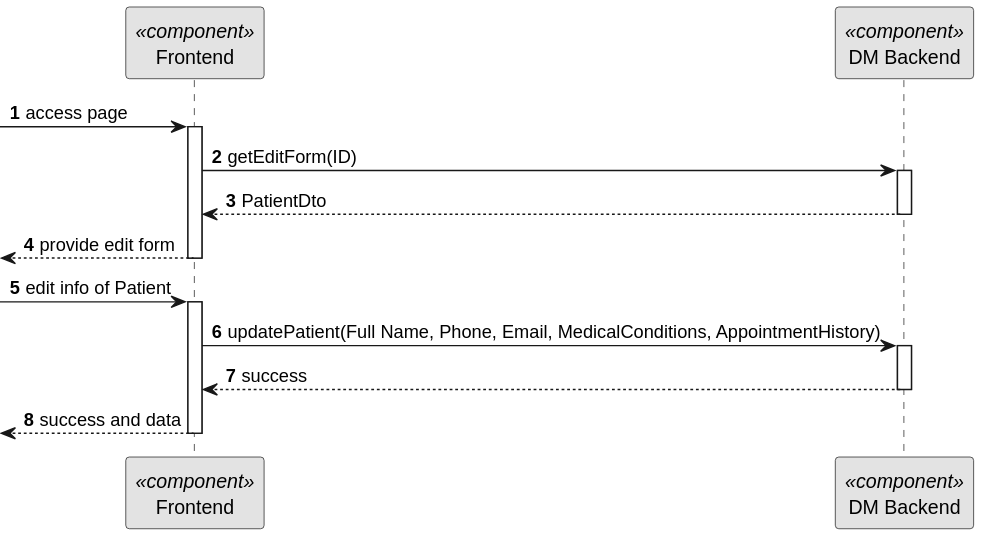
Before: docs/BackofficeModule/5.1.9/sequence-diagram-2.svg, a diagram exported from PlantUML (Ana-Miguel-Silva/SurgicalAppointmentAndResourceManagement).
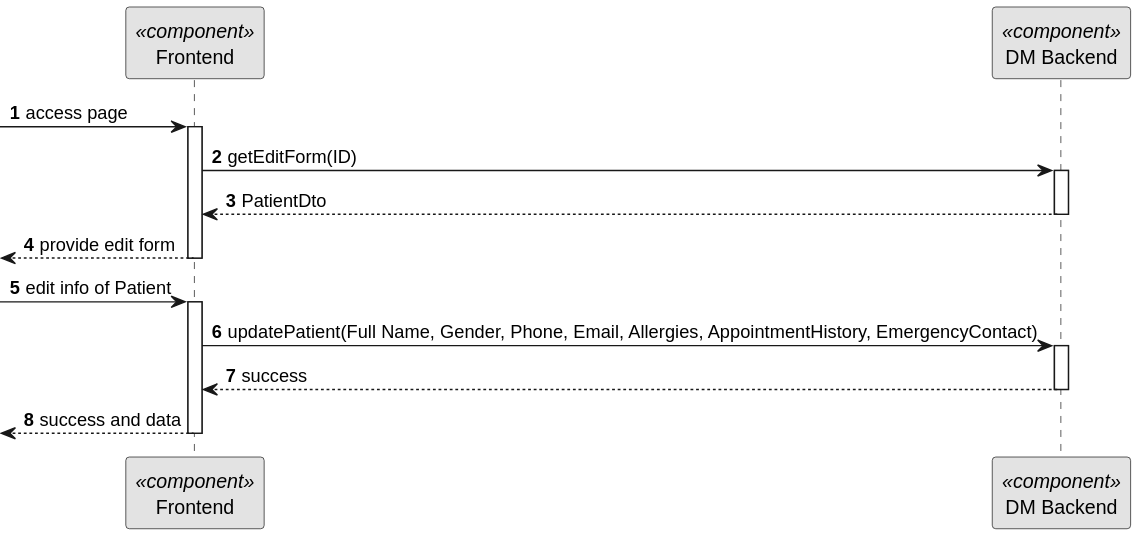
Later version of the same file.

Diff of the diagram source:
```diff
@@ -18,7 +18,7 @@
 deactivate FE
 -> FE : edit info of Patient
 activate FE
-FE -> BE: updatePatient(Full Name, Phone, Email, MedicalConditions, AppointmentHistory)
+FE -> BE: updatePatient(Full Name, Gender, Phone, Email, Allergies, AppointmentHistory, EmergencyContact)
 activate BE
 
 BE --> FE: success
```
